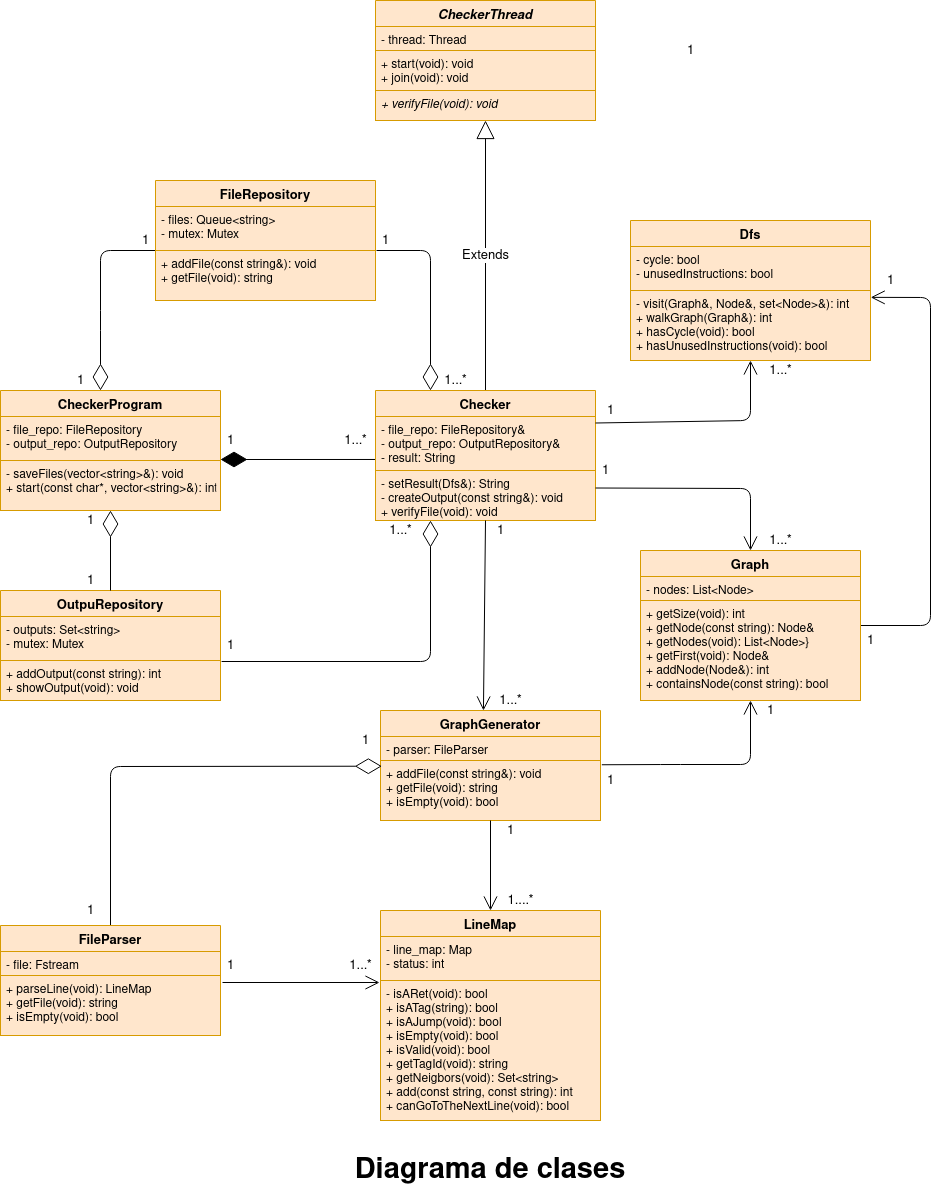
EscobarMariaSol/TP2-Taller-de-Programacion keeps this draw.io diagram as img/TP2-Clases.png. Above is the earlier version. Source tidied: cells renumbered, new cells last; positions are measured from the earlier drawing's top-left corner, leaving out a move shared by most shapes.
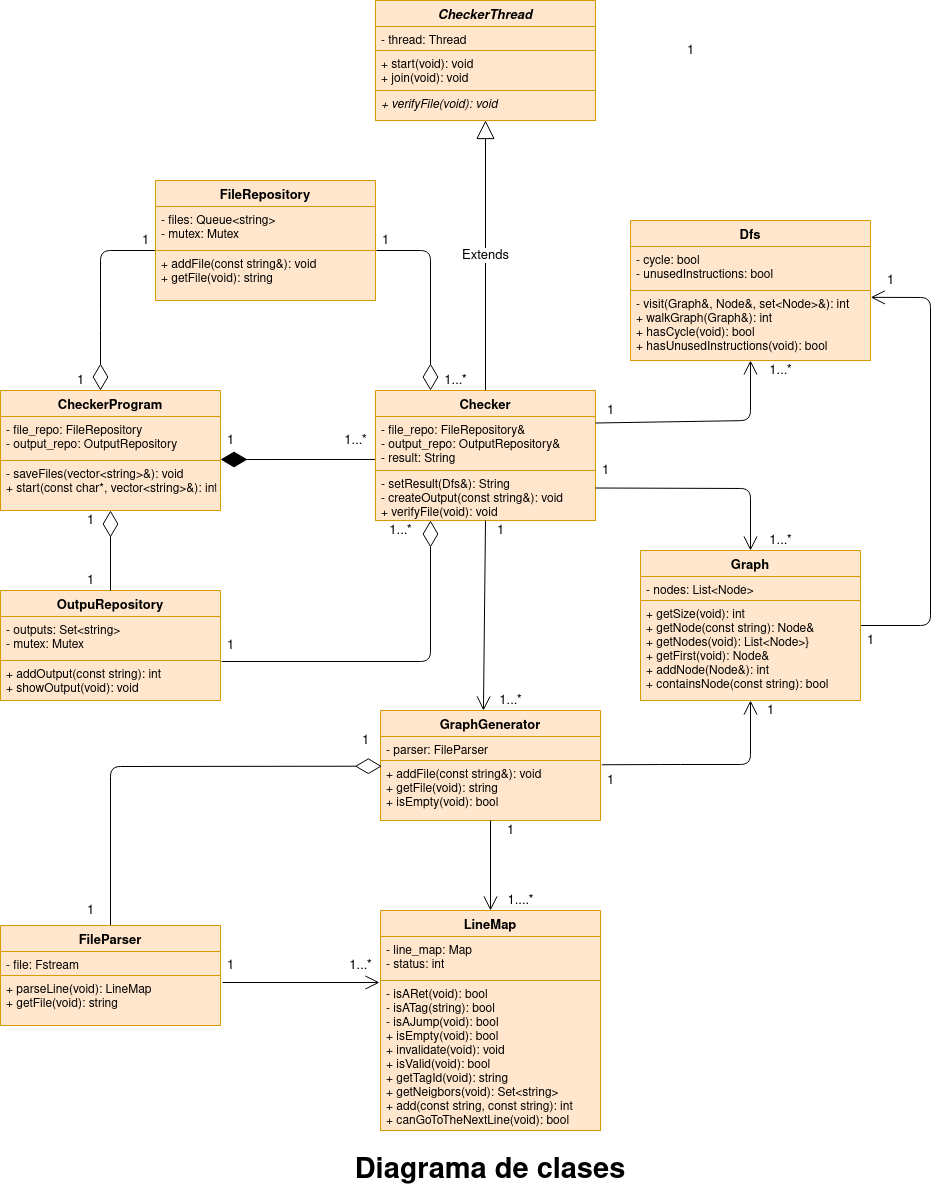
The same diagram one commit later.

Commit message:
Modifico diagrama de clases

Diff of the diagram source:
```diff
@@ -244,13 +244,13 @@
       <mxGeometry y="50" width="220" height="100" as="geometry" />
     </mxCell>
     <mxCell id="68" value="LineMap" style="swimlane;fontStyle=1;align=center;verticalAlign=top;horizontal=1;startSize=26;fontSize=13;fillColor=#ffe6cc;strokeColor=#d79b00;" parent="1" vertex="1">
-      <mxGeometry x="380" y="910" width="220" height="210" as="geometry" />
+      <mxGeometry x="380" y="910" width="220" height="220" as="geometry" />
     </mxCell>
     <mxCell id="69" value="- line_map: Map&#10;- status: int&#10;" style="text;strokeColor=#d79b00;fillColor=#ffe6cc;align=left;verticalAlign=top;spacingLeft=4;spacingRight=4;overflow=hidden;" parent="68" vertex="1">
       <mxGeometry y="26" width="220" height="44" as="geometry" />
     </mxCell>
-    <mxCell id="70" value="- isARet(void): bool&#10;+ isATag(string): bool&#10;+ isAJump(void): bool&#10;+ isEmpty(void): bool&#10;+ isValid(void): bool&#10;+ getTagId(void): string&#10;+ getNeigbors(void): Set&lt;string&gt;&#10;+ add(const string, const string): int&#10;+ canGoToTheNextLine(void): bool &#10;&#10;&#10;&#10;&#10;" style="text;strokeColor=#d79b00;fillColor=#ffe6cc;align=left;verticalAlign=top;spacingLeft=4;spacingRight=4;overflow=hidden;strokeWidth=1;" parent="68" vertex="1">
-      <mxGeometry y="70" width="220" height="140" as="geometry" />
+    <mxCell id="70" value="- isARet(void): bool&#10;- isATag(string): bool&#10;- isAJump(void): bool&#10;+ isEmpty(void): bool&#10;+ invalidate(void): void&#10;+ isValid(void): bool&#10;+ getTagId(void): string&#10;+ getNeigbors(void): Set&lt;string&gt;&#10;+ add(const string, const string): int&#10;+ canGoToTheNextLine(void): bool &#10;&#10;&#10;&#10;&#10;" style="text;strokeColor=#d79b00;fillColor=#ffe6cc;align=left;verticalAlign=top;spacingLeft=4;spacingRight=4;overflow=hidden;strokeWidth=1;" parent="68" vertex="1">
+      <mxGeometry y="70" width="220" height="150" as="geometry" />
     </mxCell>
     <mxCell id="71" style="endArrow=open;endFill=1;endSize=12;html=1;fontSize=13;entryX=0.5;entryY=0;entryDx=0;entryDy=0;" parent="1" edge="1" source="40" target="68">
       <mxGeometry relative="1" as="geometry" />
@@ -274,13 +274,13 @@
       <mxGeometry x="340" y="955" width="40" height="20" as="geometry" />
     </mxCell>
     <mxCell id="77" value="FileParser" style="swimlane;fontStyle=1;align=center;verticalAlign=top;horizontal=1;startSize=26;fontSize=13;fillColor=#ffe6cc;strokeColor=#d79b00;" parent="1" vertex="1">
-      <mxGeometry y="925" width="220" height="110" as="geometry" />
+      <mxGeometry y="925" width="220" height="100" as="geometry" />
     </mxCell>
     <mxCell id="78" value="- file: Fstream" style="text;strokeColor=#d79b00;fillColor=#ffe6cc;align=left;verticalAlign=top;spacingLeft=4;spacingRight=4;overflow=hidden;" parent="77" vertex="1">
       <mxGeometry y="26" width="220" height="24" as="geometry" />
     </mxCell>
-    <mxCell id="79" value="+ parseLine(void): LineMap&#10;+ getFile(void): string&#10;+ isEmpty(void): bool&#10;" style="text;strokeColor=#d79b00;fillColor=#ffe6cc;align=left;verticalAlign=top;spacingLeft=4;spacingRight=4;overflow=hidden;strokeWidth=1;" parent="77" vertex="1">
-      <mxGeometry y="50" width="220" height="60" as="geometry" />
+    <mxCell id="79" value="+ parseLine(void): LineMap&#10;+ getFile(void): string&#10;" style="text;strokeColor=#d79b00;fillColor=#ffe6cc;align=left;verticalAlign=top;spacingLeft=4;spacingRight=4;overflow=hidden;strokeWidth=1;" parent="77" vertex="1">
+      <mxGeometry y="50" width="220" height="50" as="geometry" />
     </mxCell>
     <mxCell id="80" value="&lt;font style=&quot;font-size: 29px&quot;&gt;&lt;b&gt;Diagrama de clases&lt;/b&gt;&lt;/font&gt;" style="text;html=1;strokeColor=none;fillColor=none;align=center;verticalAlign=middle;whiteSpace=wrap;rounded=0;fontSize=18;" parent="1" vertex="1">
       <mxGeometry x="185" y="1150" width="610" height="40" as="geometry" />
```
